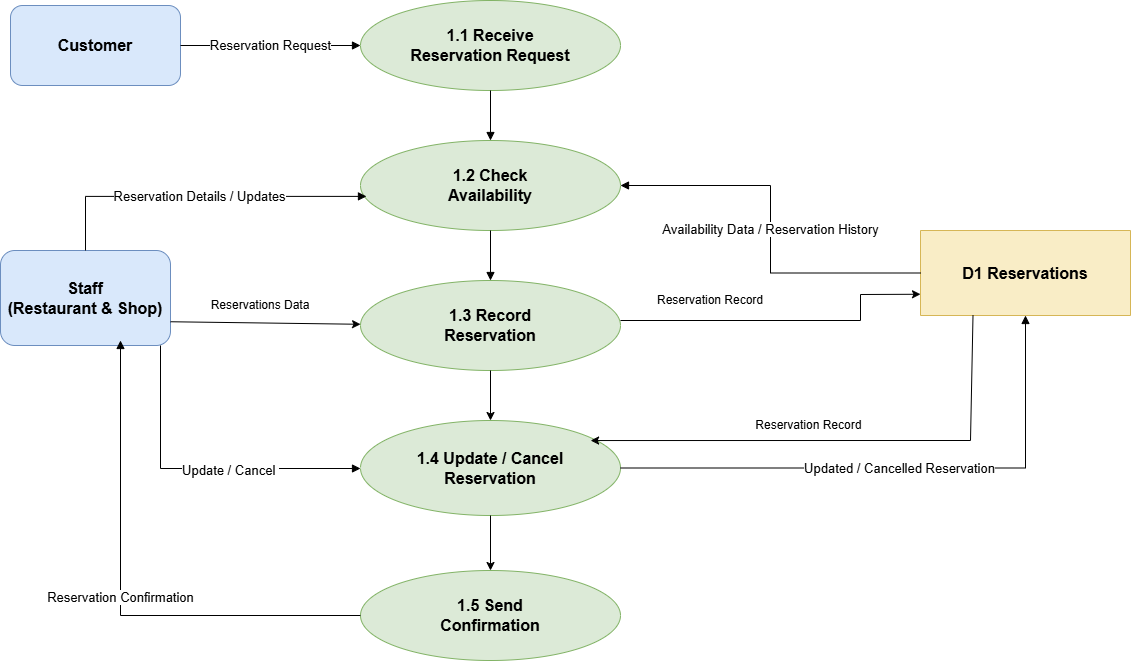
Earlier version of the draw.io export Diagrams/DFD Level 2 Diagram.drawio.png (bajram-haxhiu/AgriSoft). Source tidied: cells renumbered, new cells last; positions are measured from the earlier drawing's top-left corner, leaving out a move shared by most shapes.
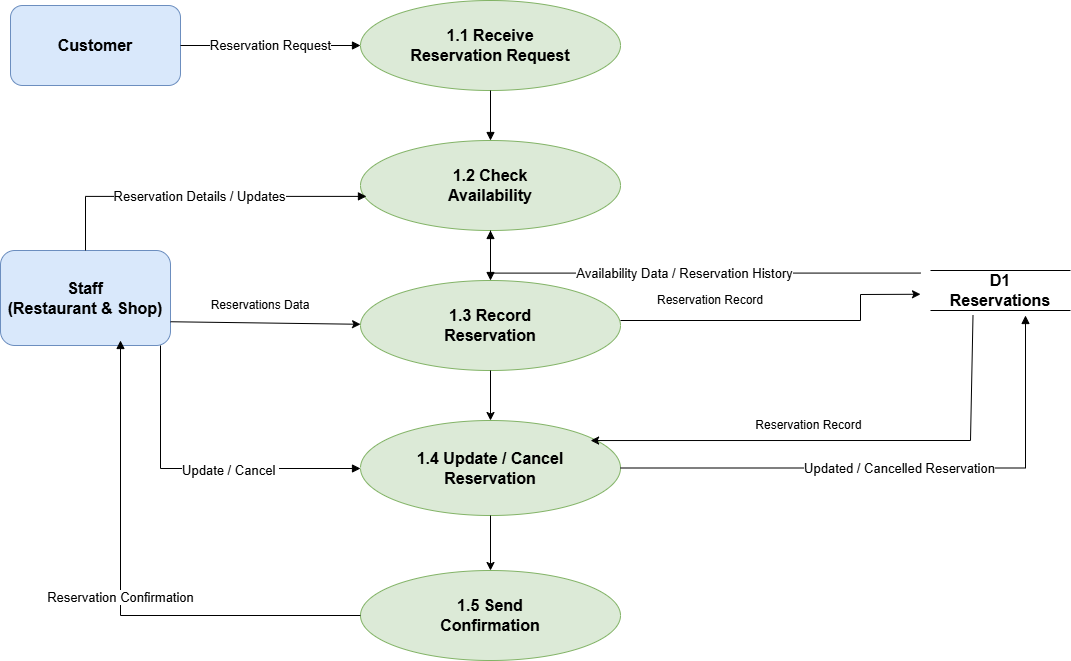
The same diagram one commit later.

Change to the diagram source:
```diff
@@ -23,9 +23,6 @@
     <mxCell id="8" value="1.5 Send&#10;Confirmation" style="ellipse;whiteSpace=wrap;html=1;fillColor=#dcead7;strokeColor=#82b366;fontSize=16;fontStyle=1;" parent="1" vertex="1">
       <mxGeometry x="360" y="570" width="260" height="90" as="geometry" />
     </mxCell>
-    <mxCell id="9" value="D1 Reservations" style="shape=partialRectangle;whiteSpace=wrap;html=1;fillColor=#f9edc6;strokeColor=#d6b656;fontSize=16;fontStyle=1;" parent="1" vertex="1">
-      <mxGeometry x="920" y="230" width="210" height="85" as="geometry" />
-    </mxCell>
     <mxCell id="10" value="Reservation Request" style="edgeStyle=orthogonalEdgeStyle;rounded=0;jettySize=auto;html=1;endArrow=block;fontSize=13;" parent="1" edge="1" source="2" target="4">
       <mxGeometry relative="1" as="geometry" />
     </mxCell>
@@ -49,11 +46,15 @@
     <mxCell id="14" style="edgeStyle=orthogonalEdgeStyle;rounded=0;jettySize=auto;html=1;endArrow=block;fontSize=13;" parent="1" edge="1" source="5" target="6">
       <mxGeometry relative="1" as="geometry" />
     </mxCell>
-    <mxCell id="15" value="Availability Data / Reservation History" style="edgeStyle=orthogonalEdgeStyle;rounded=0;jettySize=auto;html=1;endArrow=block;fontSize=13;" parent="1" edge="1" source="9" target="5">
-      <mxGeometry relative="1" as="geometry" />
+    <mxCell id="15" value="Availability Data / Reservation History" style="edgeStyle=orthogonalEdgeStyle;rounded=0;jettySize=auto;html=1;endArrow=block;fontSize=13;" parent="1" edge="1" target="5">
+      <mxGeometry relative="1" as="geometry">
+        <mxPoint x="920" y="272.6" as="sourcePoint" />
+      </mxGeometry>
     </mxCell>
-    <mxCell id="16" value="Updated / Cancelled Reservation" style="edgeStyle=orthogonalEdgeStyle;rounded=0;jettySize=auto;html=1;endArrow=block;fontSize=13;" parent="1" edge="1" source="7" target="9">
-      <mxGeometry relative="1" as="geometry" />
+    <mxCell id="16" value="Updated / Cancelled Reservation" style="edgeStyle=orthogonalEdgeStyle;rounded=0;jettySize=auto;html=1;endArrow=block;fontSize=13;" parent="1" edge="1" source="7">
+      <mxGeometry relative="1" as="geometry">
+        <mxPoint x="1025" y="315" as="targetPoint" />
+      </mxGeometry>
     </mxCell>
     <mxCell id="17" value="Reservation Confirmation" style="edgeStyle=orthogonalEdgeStyle;rounded=0;jettySize=auto;html=1;endArrow=block;fontSize=13;" parent="1" edge="1" source="8">
       <mxGeometry relative="1" as="geometry">
@@ -78,27 +79,35 @@
     <mxCell id="22" style="edgeStyle=none;jettySize=auto;html=1;rounded=0;exitX=0.5;exitY=1;exitDx=0;exitDy=0;entryX=0.5;entryY=0;entryDx=0;entryDy=0;" parent="1" edge="1" source="7" target="8">
       <mxGeometry relative="1" as="geometry" />
     </mxCell>
-    <mxCell id="23" style="edgeStyle=none;jettySize=auto;html=1;rounded=0;entryX=0;entryY=0.75;entryDx=0;entryDy=0;" parent="1" edge="1" target="9">
-      <mxGeometry relative="1" as="geometry">
-        <mxPoint x="620" y="320" as="sourcePoint" />
-        <Array as="points">
-          <mxPoint x="860" y="320" />
-          <mxPoint x="860" y="294" />
-        </Array>
-      </mxGeometry>
-    </mxCell>
+    <mxCell id="27" style="edgeStyle=none;orthogonalLoop=1;jettySize=auto;html=1;rounded=0;entryX=0;entryY=0.75;entryDx=0;entryDy=0;" parent="1" edge="1">
+      <mxGeometry relative="1" as="geometry">
+        <mxPoint x="620" y="320" as="sourcePoint" />
+        <mxPoint x="920" y="293.8" as="targetPoint" />
+        <Array as="points">
+          <mxPoint x="860" y="320" />
+          <mxPoint x="860" y="294" />
+        </Array>
+      </mxGeometry>
+    </mxCell>
     <mxCell id="24" value="Reservation Record" style="text;html=1;whiteSpace=wrap;strokeColor=none;fillColor=none;align=center;verticalAlign=middle;rounded=0;" parent="1" vertex="1">
       <mxGeometry x="650" y="285" width="120" height="30" as="geometry" />
     </mxCell>
-    <mxCell id="25" style="edgeStyle=none;jettySize=auto;html=1;rounded=0;exitX=0.25;exitY=1;exitDx=0;exitDy=0;entryX=0.885;entryY=0.211;entryDx=0;entryDy=0;entryPerimeter=0;" parent="1" edge="1" source="9" target="7">
-      <mxGeometry relative="1" as="geometry">
-        <Array as="points">
-          <mxPoint x="970" y="440" />
-        </Array>
-      </mxGeometry>
-    </mxCell>
+    <mxCell id="28" style="edgeStyle=none;jettySize=auto;html=1;rounded=0;exitX=0.25;exitY=1;exitDx=0;exitDy=0;entryX=0.885;entryY=0.211;entryDx=0;entryDy=0;entryPerimeter=0;" parent="1" edge="1" target="7">
+      <mxGeometry relative="1" as="geometry">
+        <mxPoint x="972.5" y="315" as="sourcePoint" />
+        <Array as="points">
+          <mxPoint x="970" y="440" />
+        </Array>
+      </mxGeometry>
+    </mxCell>
     <mxCell id="26" value="Reservation Record&amp;nbsp;" style="text;html=1;whiteSpace=wrap;strokeColor=none;fillColor=none;align=center;verticalAlign=middle;rounded=0;" parent="1" vertex="1">
       <mxGeometry x="720" y="410" width="180" height="30" as="geometry" />
     </mxCell>
+    <mxCell id="29" style="html=1;dashed=0;whiteSpace=wrap;shape=partialRectangle;right=0;left=0;" parent="1" vertex="1">
+      <mxGeometry x="930" y="270" width="140" height="40" as="geometry" />
+    </mxCell>
+    <mxCell id="9" value="&lt;span style=&quot;font-size: 16px; font-weight: 700;&quot;&gt;D1 Reservations&lt;/span&gt;" style="text;html=1;whiteSpace=wrap;strokeColor=none;fillColor=none;align=center;verticalAlign=middle;rounded=0;" parent="1" vertex="1">
+      <mxGeometry x="970" y="275" width="60" height="30" as="geometry" />
+    </mxCell>
   </root>
 </mxGraphModel>
```
